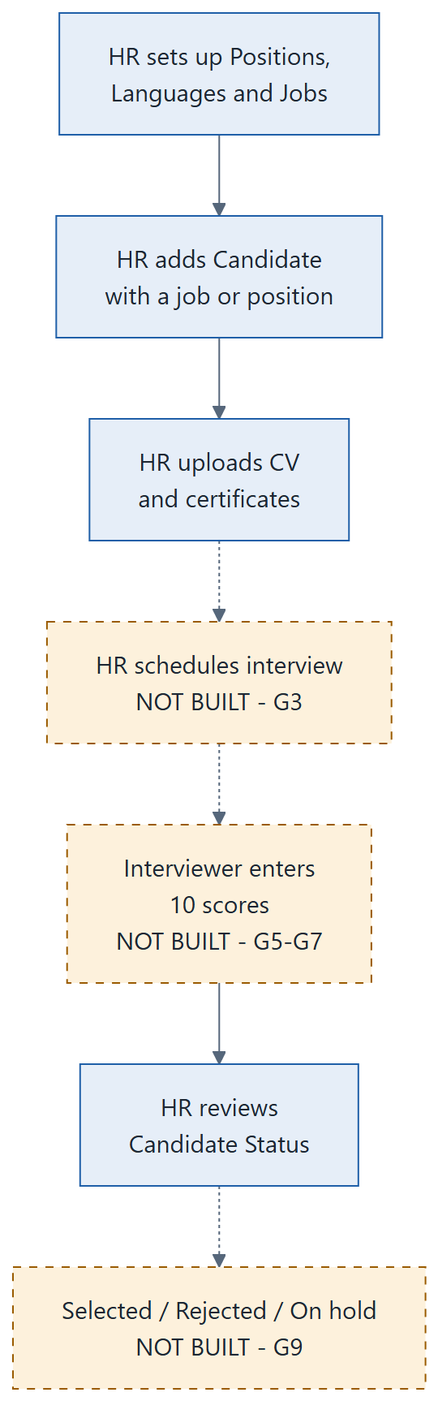
Earlier version of the Mermaid export docs/handbooks/src/diagrams/ba-process.png (rafitsabbir/RMS). Its source is kept beside it as docs/handbooks/src/diagrams/ba-process.mmd.
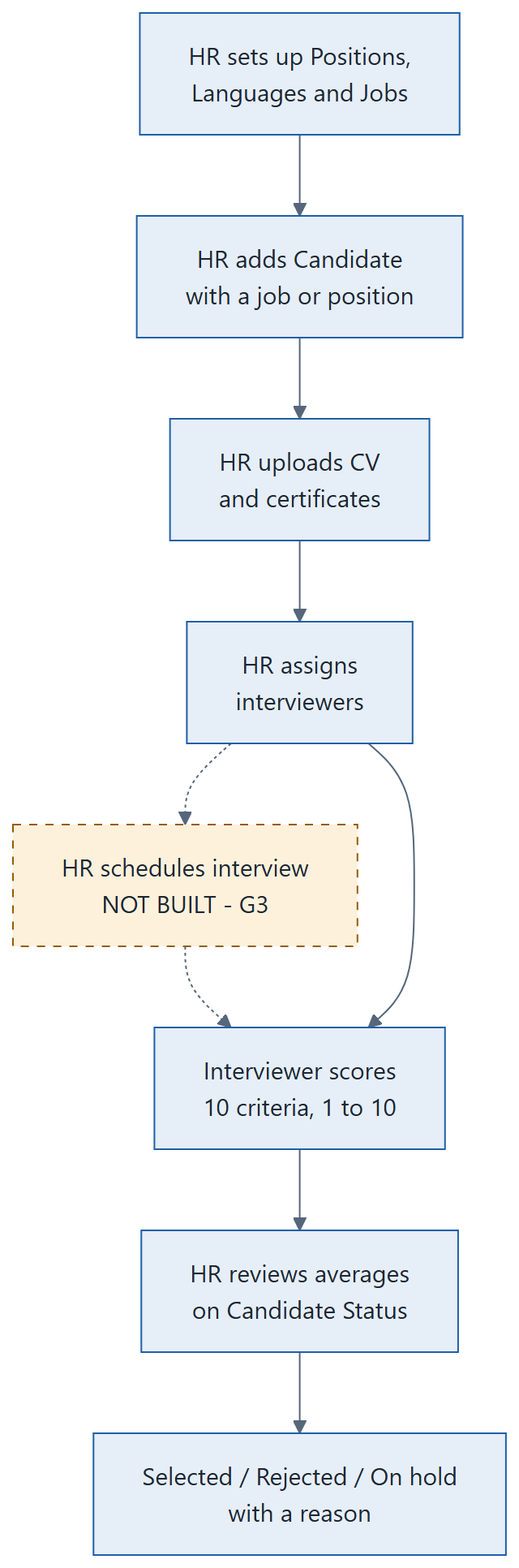
Later version of the same file.

The edit, as a diff of the source:
```diff
@@ -1,9 +1,11 @@
 flowchart TD
   A[HR sets up Positions,<br/>Languages and Jobs] --> B[HR adds Candidate<br/>with a job or position]
   B --> G[HR uploads CV<br/>and certificates]
-  G -.-> C[HR schedules interview<br/>NOT BUILT - G3]
-  C -.-> D[Interviewer enters<br/>10 scores<br/>NOT BUILT - G5-G7]
-  D --> E[HR reviews<br/>Candidate Status]
-  E -.-> F[Selected / Rejected / On hold<br/>NOT BUILT - G9]
+  G --> H[HR assigns<br/>interviewers]
+  H -.-> C[HR schedules interview<br/>NOT BUILT - G3]
+  C -.-> D[Interviewer scores<br/>10 criteria, 1 to 10]
+  H --> D
+  D --> E[HR reviews averages<br/>on Candidate Status]
+  E --> F[Selected / Rejected / On hold<br/>with a reason]
   classDef todo fill:#fdf1dc,stroke:#9a5b00,stroke-dasharray: 5 5
-  class C,D,F todo
+  class C todo
```
